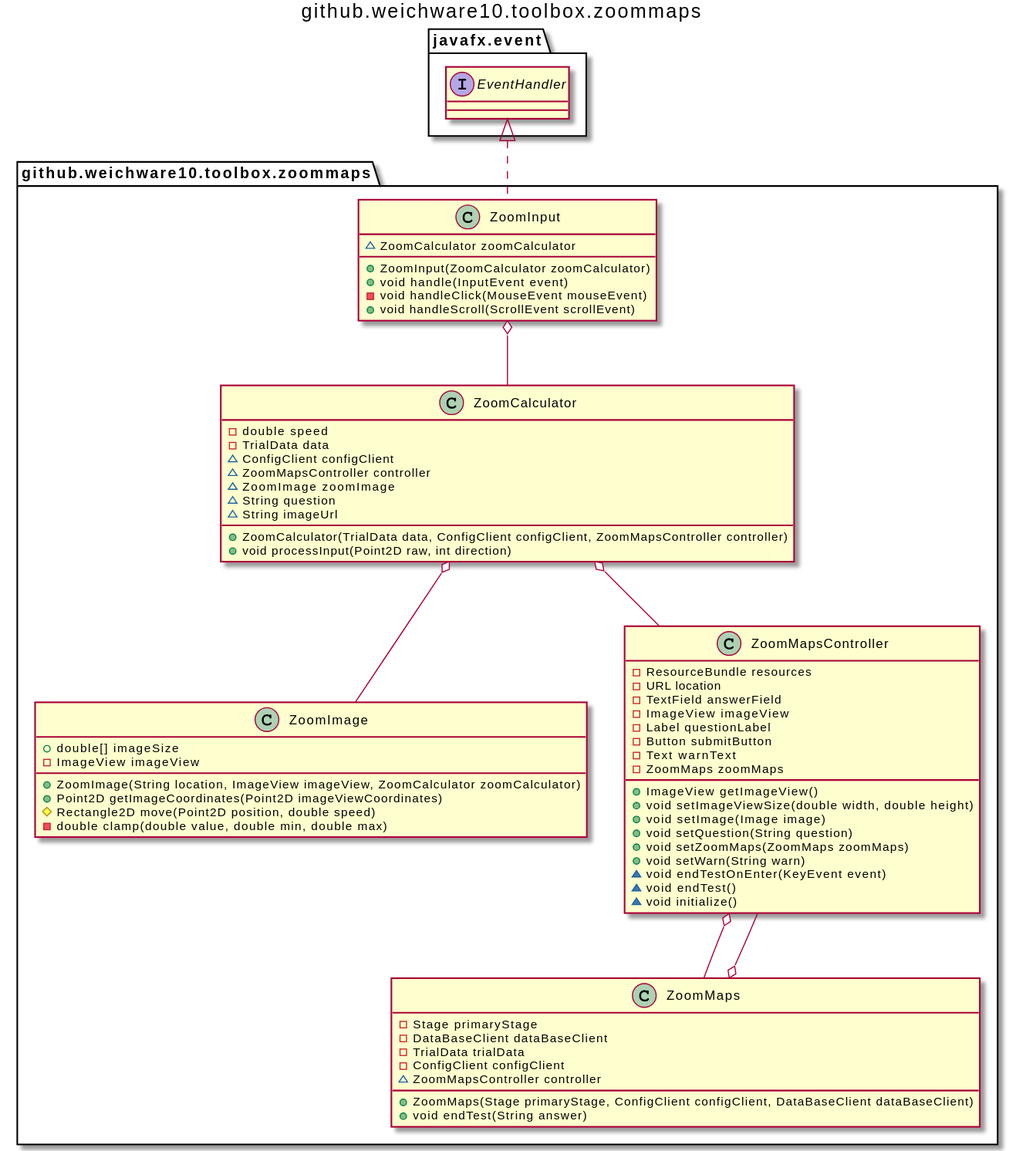
Earlier version of the PlantUML export uml-class/toolbox/zoommaps/github.weichware10.toolbox.zoommaps.svg (weichware-10/dokumente).
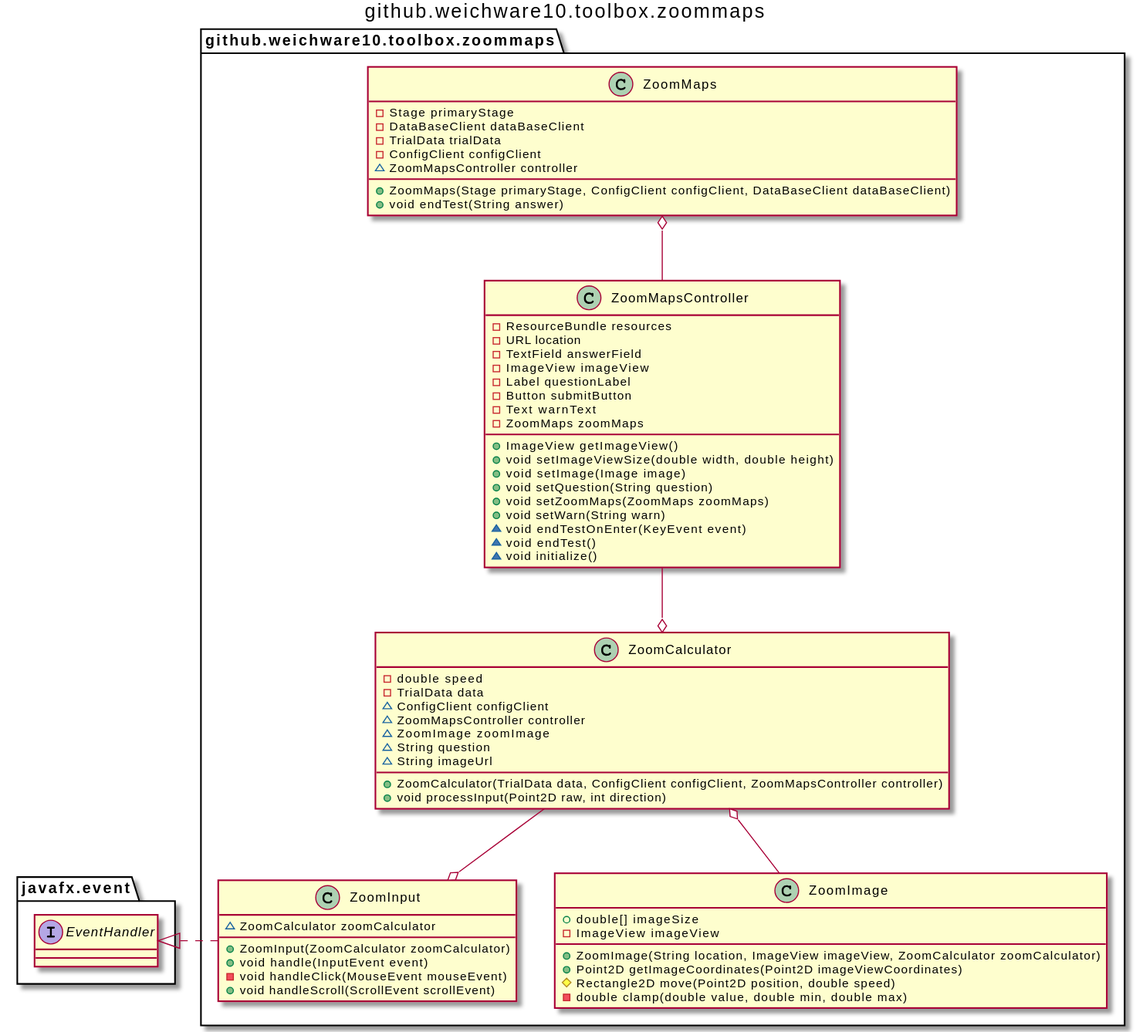
After the change.

Commit message:
[chore] rendered SVGs

Change to the diagram source:
```diff
@@ -74,12 +74,11 @@
 
 }
 
-github.weichware10.toolbox.zoommaps.ZoomCalculator o-- github.weichware10.toolbox.zoommaps.ZoomMapsController
+github.weichware10.toolbox.zoommaps.ZoomCalculator o-u- github.weichware10.toolbox.zoommaps.ZoomMapsController
 github.weichware10.toolbox.zoommaps.ZoomCalculator o-- github.weichware10.toolbox.zoommaps.ZoomImage
-github.weichware10.toolbox.zoommaps.ZoomInput o-- github.weichware10.toolbox.zoommaps.ZoomCalculator
-github.weichware10.toolbox.zoommaps.ZoomMaps o-- github.weichware10.toolbox.zoommaps.ZoomMapsController
-github.weichware10.toolbox.zoommaps.ZoomMapsController o-- github.weichware10.toolbox.zoommaps.ZoomMaps
+github.weichware10.toolbox.zoommaps.ZoomInput o-u- github.weichware10.toolbox.zoommaps.ZoomCalculator
+github.weichware10.toolbox.zoommaps.ZoomMaps o-d- github.weichware10.toolbox.zoommaps.ZoomMapsController
 
 interface javafx.event.EventHandler
-javafx.event.EventHandler <|.. github.weichware10.toolbox.zoommaps.ZoomInput
+javafx.event.EventHandler <|.r. github.weichware10.toolbox.zoommaps.ZoomInput
 @enduml
```
